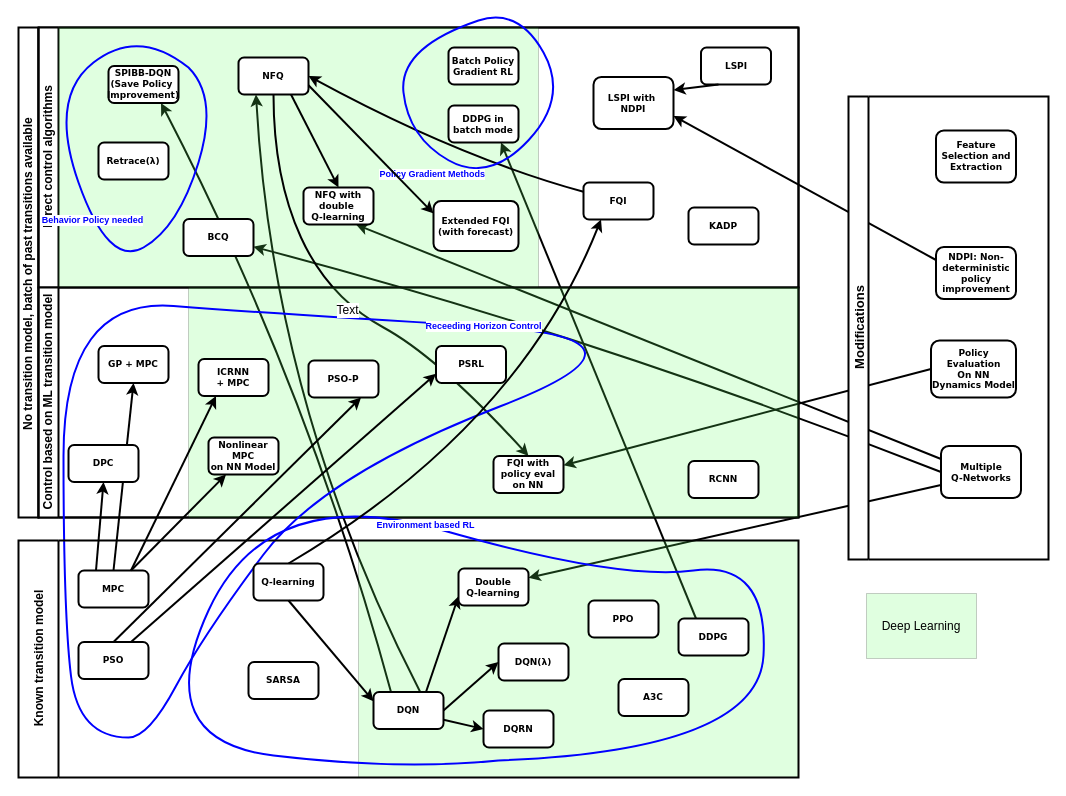
This is batchRLOverv.drawio from chbauman/MasterThesis, a draw.io file, before an edit. Source tidied: cells renumbered, new cells numbered last; positions are measured from the earlier drawing's top-left corner, leaving out a move shared by most shapes. Both pictures are drawn from the tidied source at 100%, with x=0, y=0 at pixel (18, 7).
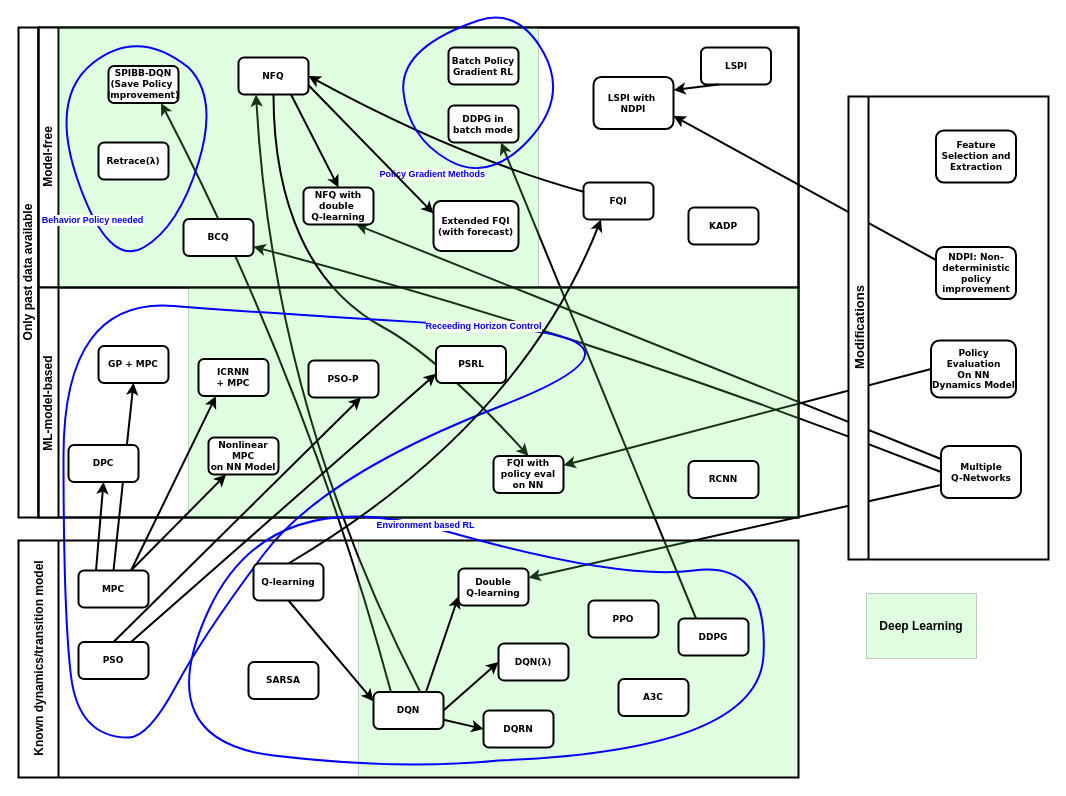
Above is the later version.

Unchanged cells that the change refers to:
```xml
<mxCell id="11" style="swimlane;html=1;horizontal=1;startSize=0;rounded=0;shadow=0;labelBackgroundColor=none;strokeColor=#000000;strokeWidth=2;fillColor=#ffffff;fontFamily=Verdana;fontSize=9;fontColor=#000000;align=center;fontStyle=1;" parent="1" vertex="1">
  <mxGeometry x="20" y="20" width="760" height="490" as="geometry" />
</mxCell>
<mxCell id="38" value="Receeding Horizon Control" style="endArrow=none;html=1;jumpStyle=none;curved=1;strokeColor=#0000FF;strokeWidth=2;fontSize=9;fontStyle=1;labelBackgroundColor=#ffffff;fontColor=#0000FF;" parent="32" edge="1">
  <mxGeometry relative="1" as="geometry">
    <mxPoint x="90" y="450" as="sourcePoint" />
    <mxPoint x="90" y="450" as="targetPoint" />
    <Array as="points">
      <mxPoint x="40" y="450" />
      <mxPoint x="25" y="327" />
      <mxPoint x="25" y="10" />
      <mxPoint x="245" y="27" />
      <mxPoint x="640" y="50" />
      <mxPoint x="285" y="187" />
      <mxPoint x="165" y="347" />
      <mxPoint x="110" y="450" />
    </Array>
  </mxGeometry>
</mxCell>
```

What changed in the source:
```diff
@@
-    <mxCell id="12" value="Direct control algorithms" style="swimlane;html=1;startSize=20;horizontal=0;strokeWidth=2;fontSize=12;fontStyle=1;" parent="11" vertex="1">
+    <mxCell id="12" value="Model-free" style="swimlane;html=1;startSize=20;horizontal=0;strokeWidth=2;fontSize=12;fontStyle=1;" parent="11" vertex="1">
       <mxGeometry width="760" height="260" as="geometry" />
     </mxCell>
@@
-    <mxCell id="32" value="Control based on ML transition model" style="swimlane;html=1;startSize=20;horizontal=0;strokeWidth=2;fontSize=12;fontStyle=1;" parent="11" vertex="1">
+    <mxCell id="32" value="ML-model-based&amp;nbsp;" style="swimlane;html=1;startSize=20;horizontal=0;strokeWidth=2;fontSize=12;fontStyle=1;" parent="11" vertex="1">
       <mxGeometry y="260" width="760" height="230" as="geometry" />
     </mxCell>
@@
-    <mxCell id="39" value="Text" style="text;html=1;align=center;verticalAlign=middle;labelBackgroundColor=#ffffff;" parent="38" vertex="1">
-      <mxGeometry x="-0.15" y="8" relative="1" as="geometry" />
-    </mxCell>
@@
-    <mxCell id="51" value="Deep Learning" style="rounded=0;whiteSpace=wrap;html=1;gradientColor=none;fillColor=#66FF66;opacity=20;" parent="1" vertex="1">
+    <mxCell id="51" value="Deep Learning" style="rounded=0;whiteSpace=wrap;html=1;gradientColor=none;fillColor=#66FF66;opacity=20;fontStyle=1;" parent="1" vertex="1">
       <mxGeometry x="848" y="586" width="110" height="65" as="geometry" />
     </mxCell>
@@
-    <mxCell id="53" value="Known transition model" style="swimlane;html=1;startSize=40;horizontal=0;strokeWidth=2;fontSize=12;fontStyle=1;" parent="1" vertex="1">
+    <mxCell id="53" value="Known dynamics/transition model" style="swimlane;html=1;startSize=40;horizontal=0;strokeWidth=2;fontSize=12;fontStyle=1;" parent="1" vertex="1">
       <mxGeometry y="533" width="780" height="237" as="geometry" />
     </mxCell>
@@
-    <mxCell id="76" value="&lt;b&gt;No transition model, batch of past transitions available&amp;nbsp;&lt;/b&gt;" style="rounded=0;whiteSpace=wrap;html=1;fillColor=none;gradientColor=none;strokeWidth=2;horizontal=0;" parent="1" vertex="1">
+    <mxCell id="76" value="&lt;b&gt;Only past data available&lt;/b&gt;" style="rounded=0;whiteSpace=wrap;html=1;fillColor=none;gradientColor=none;strokeWidth=2;horizontal=0;" parent="1" vertex="1">
       <mxGeometry y="20" width="20" height="490" as="geometry" />
     </mxCell>
```
